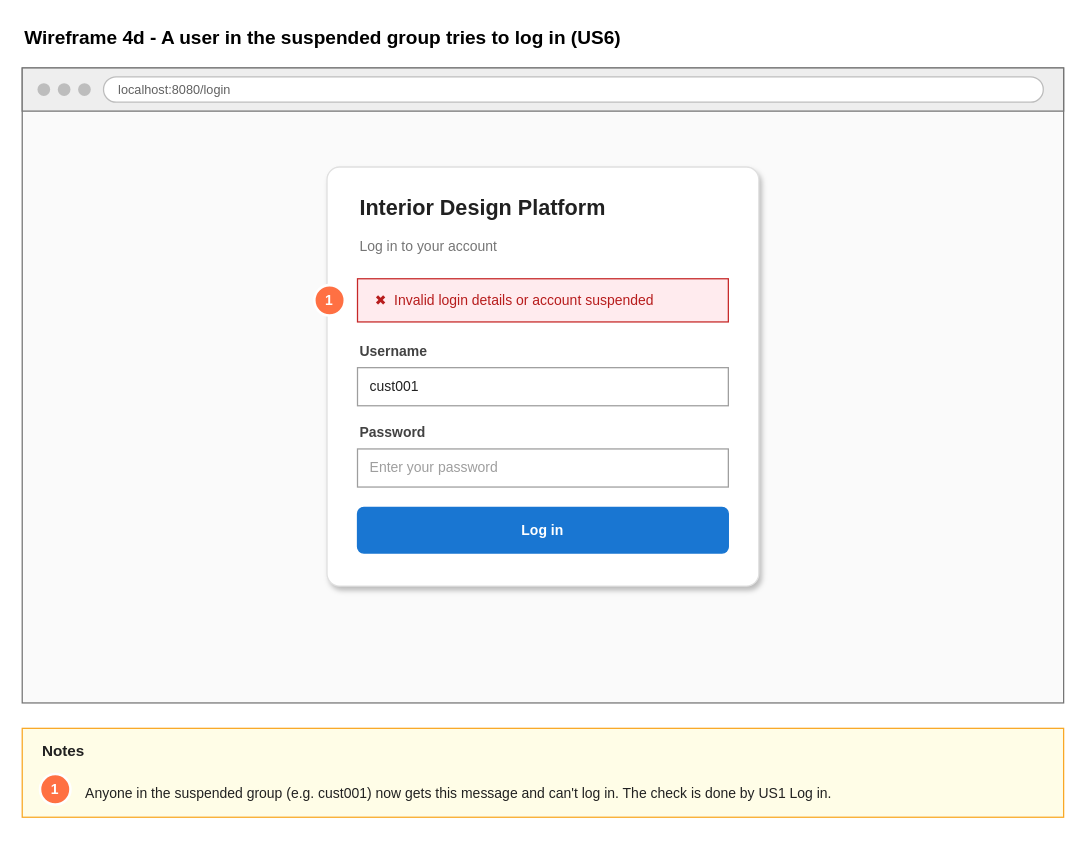
Hanzxc/CSIT314-ARCHSS keeps this draw.io diagram as page "4d Wireframe - Blocked login" (5 of 7) of Sprint_1/US6 - Suspend user profile/US6 Suspend user profile.drawio. Above is the earlier version. Source tidied: cells renumbered, new cells numbered last; positions are measured from the earlier drawing's top-left corner, leaving out a move shared by most shapes. Both pictures are drawn from the tidied source at 127%, with x=0, y=0 at pixel (22, 22).
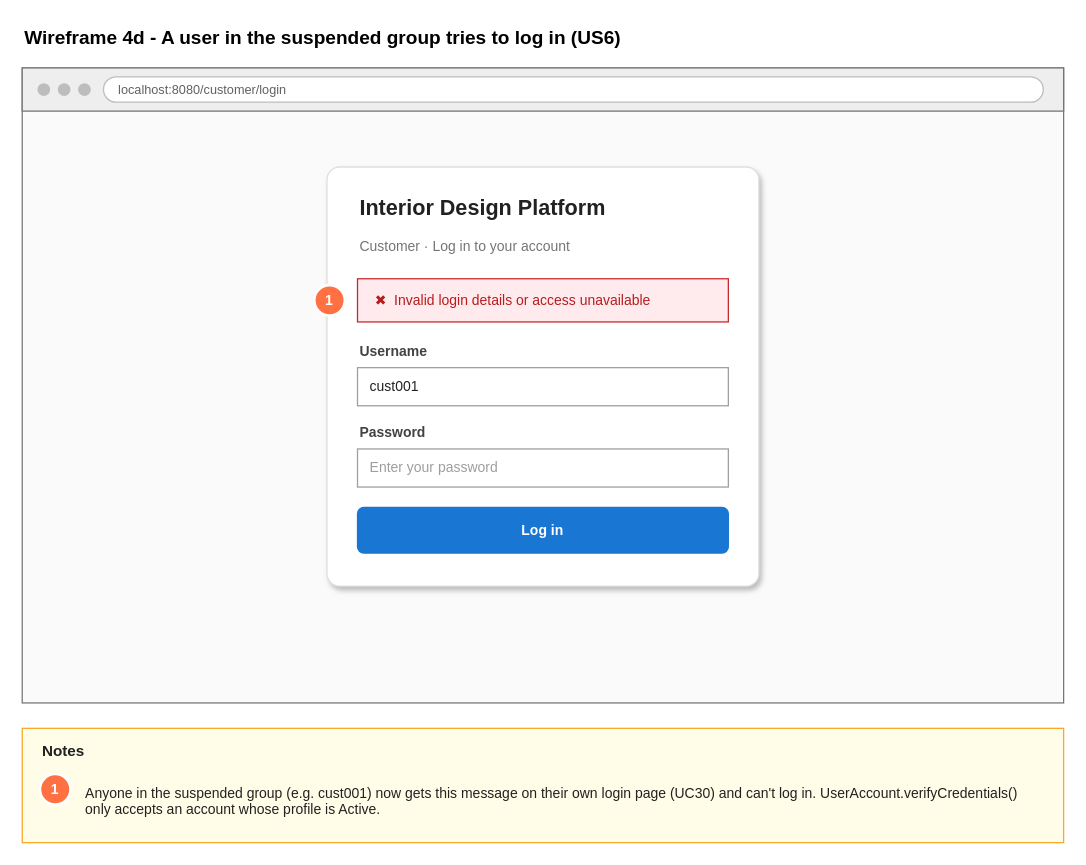
Above is the later version.

The edit, as a diff of the source:
```diff
@@
-    <mxCell id="8" value="localhost:8080/login" style="rounded=1;whiteSpace=wrap;html=1;fillColor=#FFFFFF;strokeColor=#BDBDBD;fontSize=10;fontColor=#616161;align=left;spacingLeft=10;arcSize=50;" parent="1" vertex="1">
+    <mxCell id="8" value="localhost:8080/customer/login" style="rounded=1;whiteSpace=wrap;html=1;fillColor=#FFFFFF;strokeColor=#BDBDBD;fontSize=10;fontColor=#616161;align=left;spacingLeft=10;arcSize=50;" parent="1" vertex="1">
       <mxGeometry x="64" y="43" width="740" height="20" as="geometry" />
     </mxCell>
@@
-    <mxCell id="12" value="Log in to your account" style="text;html=1;strokeColor=none;fillColor=none;align=left;verticalAlign=middle;whiteSpace=nowrap;fontSize=11;fontColor=#757575;spacingLeft=0;spacingRight=0;" parent="1" vertex="1">
-      <mxGeometry x="264" y="168" width="128" height="18" as="geometry" />
+    <mxCell id="12" value="Customer · Log in to your account" style="text;html=1;strokeColor=none;fillColor=none;align=left;verticalAlign=middle;whiteSpace=nowrap;fontSize=11;fontColor=#757575;spacingLeft=0;spacingRight=0;" parent="1" vertex="1">
+      <mxGeometry x="264" y="168" width="210" height="18" as="geometry" />
     </mxCell>
-    <mxCell id="13" value="✖&amp;nbsp;&amp;nbsp;Invalid login details or account suspended" style="rounded=0;whiteSpace=wrap;html=1;fillColor=#FFEBEE;strokeColor=#C62828;fontSize=11;fontColor=#B71C1C;align=left;spacingLeft=12;" parent="1" vertex="1">
+    <mxCell id="13" value="✖&amp;nbsp;&amp;nbsp;Invalid login details or access unavailable" style="rounded=0;whiteSpace=wrap;html=1;fillColor=#FFEBEE;strokeColor=#C62828;fontSize=11;fontColor=#B71C1C;align=left;spacingLeft=12;" parent="1" vertex="1">
       <mxGeometry x="264" y="202" width="292" height="34" as="geometry" />
     </mxCell>
@@
     <mxCell id="20" style="rounded=0;whiteSpace=wrap;html=1;fillColor=#FFFDE7;strokeColor=#F9A825;fontSize=11;fontColor=#212121;align=center;" parent="1" vertex="1">
-      <mxGeometry y="556" width="820" height="70" as="geometry" />
+      <mxGeometry y="556" width="820" height="90" as="geometry" />
     </mxCell>
@@
-    <mxCell id="23" value="Anyone in the suspended group (e.g. cust001) now gets this message and can't log in. The check is done by US1 Log in." style="text;html=1;strokeColor=none;fillColor=none;align=left;verticalAlign=top;whiteSpace=wrap;fontSize=11;fontColor=#212121;spacingLeft=0;spacingRight=0;" parent="1" vertex="1">
-      <mxGeometry x="48" y="594" width="756" height="20" as="geometry" />
+    <mxCell id="23" value="Anyone in the suspended group (e.g. cust001) now gets this message on their own login page (UC30) and can't log in. UserAccount.verifyCredentials() only accepts an account whose profile is Active." style="text;html=1;strokeColor=none;fillColor=none;align=left;verticalAlign=top;whiteSpace=wrap;fontSize=11;fontColor=#212121;spacingLeft=0;spacingRight=0;" parent="1" vertex="1">
+      <mxGeometry x="48" y="594" width="756" height="40" as="geometry" />
     </mxCell>
```
